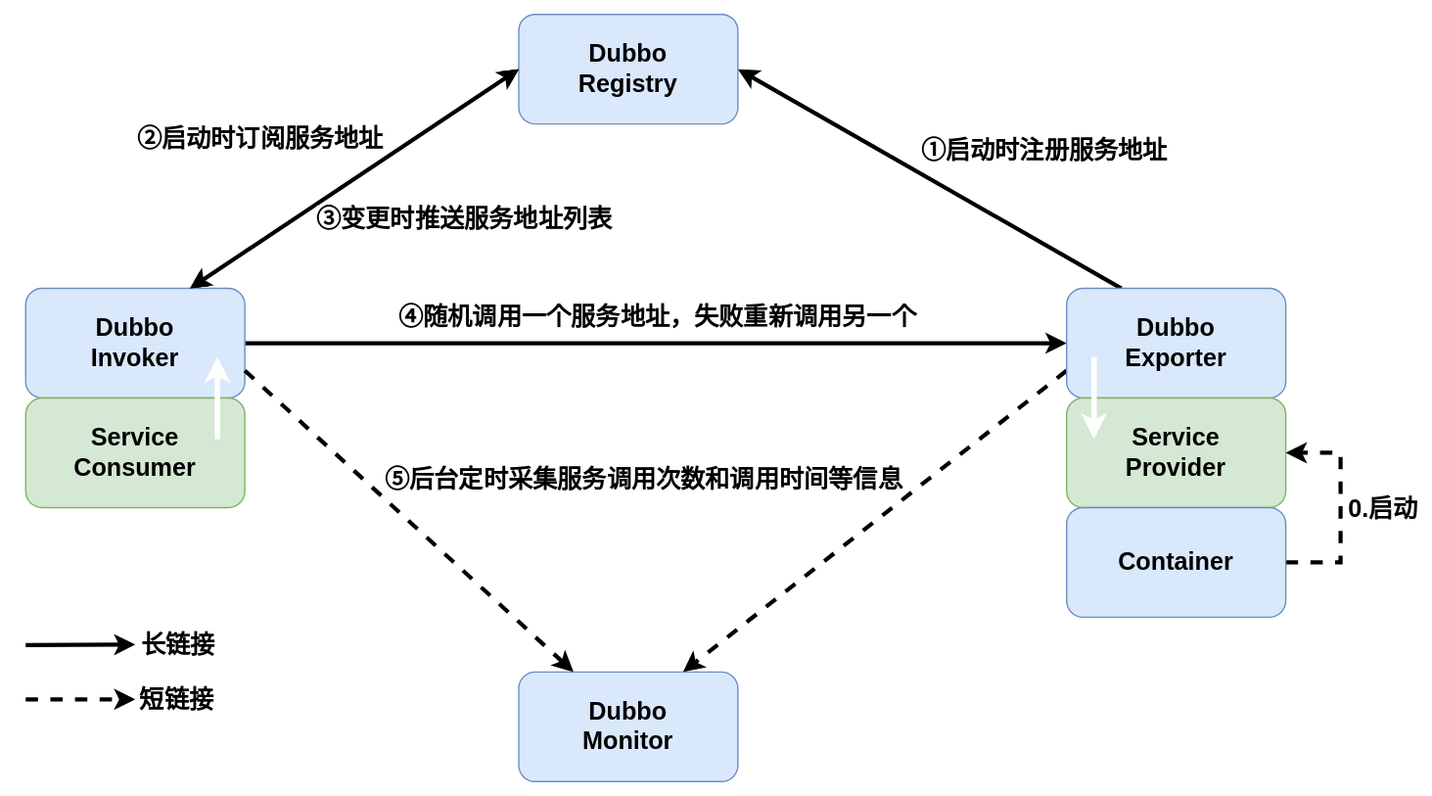
The draw.io diagram Dubbo/Dubbo基础/Dubbo服务注册与发现流程.drawio.svg in Developer-Tang/notes, before a commit. Source tidied: cells renumbered, new cells last; positions are measured from the earlier drawing's top-left corner, leaving out a move shared by most shapes.
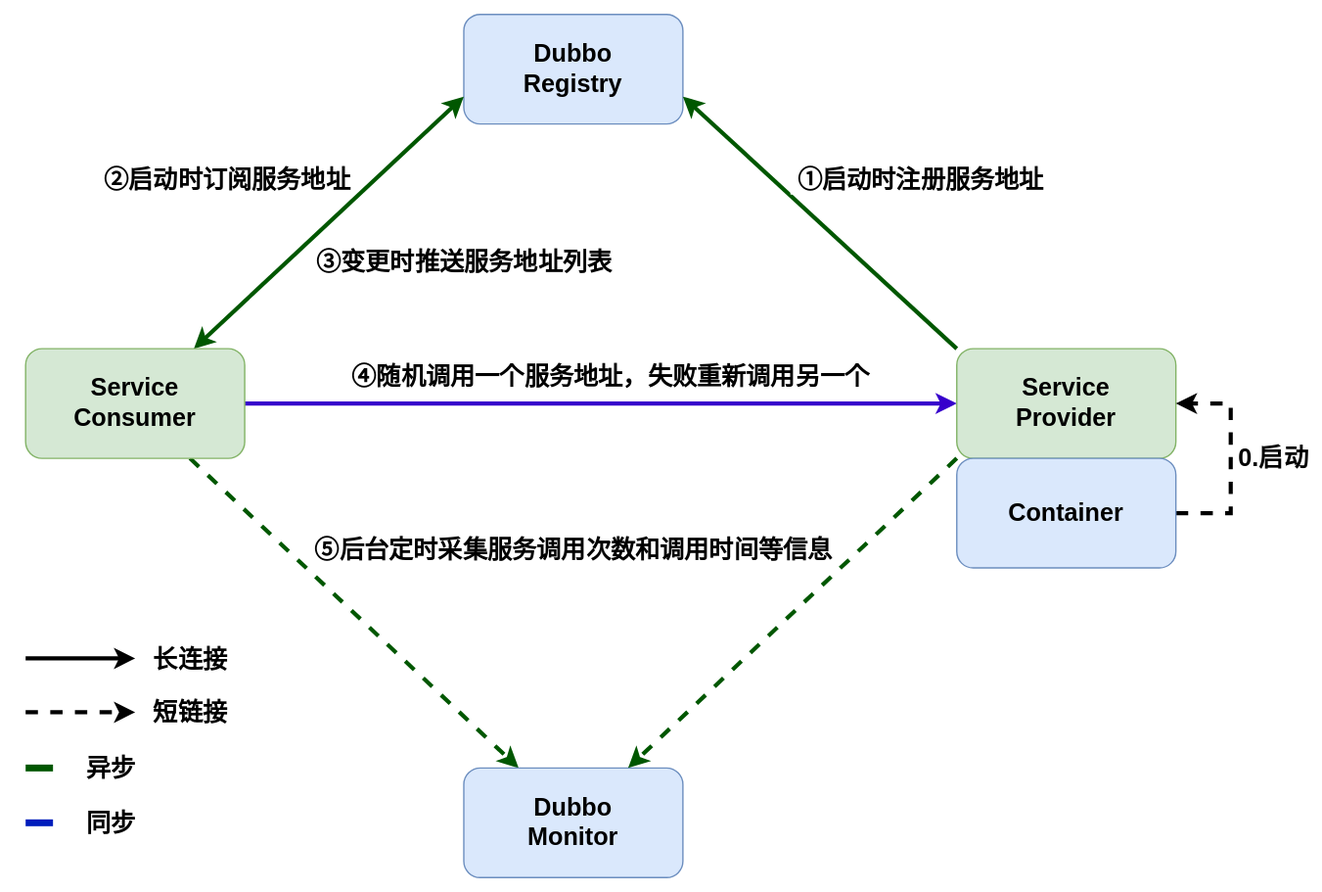
After the commit.

Diff of the diagram source:
```diff
@@ -3,9 +3,9 @@
     <mxCell id="0" />
     <mxCell id="1" parent="0" />
     <mxCell id="2" value="Dubbo&lt;br&gt;Registry" style="rounded=1;whiteSpace=wrap;html=1;fontSize=18;fontStyle=1;fillColor=#dae8fc;strokeColor=#6c8ebf;" parent="1" vertex="1">
-      <mxGeometry x="360" width="160" height="80" as="geometry" />
+      <mxGeometry x="400" y="10" width="160" height="80" as="geometry" />
     </mxCell>
-    <mxCell id="3" style="edgeStyle=none;rounded=0;jettySize=auto;html=1;entryX=0;entryY=0.5;entryDx=0;entryDy=0;fontSize=18;startArrow=classic;startFill=1;strokeWidth=2;exitX=0.75;exitY=0;exitDx=0;exitDy=0;fontStyle=1;" parent="1" edge="1" source="8" target="2">
+    <mxCell id="3" style="edgeStyle=none;rounded=0;jettySize=auto;html=1;entryX=0;entryY=0.75;entryDx=0;entryDy=0;fontSize=18;startArrow=classic;startFill=1;strokeWidth=3;fontStyle=1;fillColor=#008a00;strokeColor=#005700;" parent="1" edge="1" source="11" target="2">
       <mxGeometry relative="1" as="geometry" />
     </mxCell>
     <mxCell id="4" value="②启动时订阅服务地址" style="edgeLabel;html=1;align=center;verticalAlign=middle;fontSize=18;fontStyle=1;" parent="3" vertex="1">
@@ -15,10 +15,10 @@
     </mxCell>
     <mxCell id="5" value="③变更时推送服务地址列表" style="edgeLabel;html=1;align=center;verticalAlign=middle;fontSize=18;fontStyle=1;" parent="3" vertex="1">
       <mxGeometry x="-0.15" y="-1" relative="1" as="geometry">
-        <mxPoint x="97" y="17" as="offset" />
+        <mxPoint x="112" y="14" as="offset" />
       </mxGeometry>
     </mxCell>
-    <mxCell id="6" style="edgeStyle=none;rounded=0;jettySize=auto;html=1;entryX=0;entryY=0.5;entryDx=0;entryDy=0;fontSize=18;startArrow=none;startFill=0;strokeWidth=3;fontStyle=1;" parent="1" edge="1" source="8" target="16">
+    <mxCell id="6" style="edgeStyle=none;rounded=0;jettySize=auto;html=1;entryX=0;entryY=0.5;entryDx=0;entryDy=0;fontSize=18;startArrow=none;startFill=0;strokeWidth=3;fontStyle=1;exitX=1;exitY=0.5;exitDx=0;exitDy=0;fillColor=#6a00ff;strokeColor=#3700CC;" parent="1" edge="1" source="11" target="17">
       <mxGeometry relative="1" as="geometry" />
     </mxCell>
     <mxCell id="7" value="④随机调用一个服务地址，失败重新调用另一个" style="edgeLabel;html=1;align=center;verticalAlign=middle;fontSize=18;fontStyle=1;" parent="6" vertex="1">
@@ -26,45 +26,39 @@
         <mxPoint x="50" y="-18" as="offset" />
       </mxGeometry>
     </mxCell>
-    <mxCell id="8" value="Dubbo&lt;br&gt;Invoker" style="rounded=1;whiteSpace=wrap;html=1;fontSize=18;fontStyle=1;fillColor=#dae8fc;strokeColor=#6c8ebf;" parent="1" vertex="1">
-      <mxGeometry y="200" width="160" height="80" as="geometry" />
-    </mxCell>
-    <mxCell id="9" style="edgeStyle=none;rounded=0;jettySize=auto;html=1;exitX=1;exitY=0.75;exitDx=0;exitDy=0;entryX=0.25;entryY=0;entryDx=0;entryDy=0;fontSize=18;startArrow=none;startFill=0;dashed=1;strokeWidth=3;fontStyle=1;" parent="1" edge="1" source="8" target="12">
+    <mxCell id="9" style="edgeStyle=none;rounded=0;jettySize=auto;html=1;entryX=0.25;entryY=0;entryDx=0;entryDy=0;fontSize=18;startArrow=none;startFill=0;dashed=1;strokeWidth=3;fontStyle=1;exitX=0.75;exitY=1;exitDx=0;exitDy=0;fillColor=#008a00;strokeColor=#005700;" parent="1" edge="1" source="11" target="12">
       <mxGeometry relative="1" as="geometry" />
     </mxCell>
     <mxCell id="10" value="⑤后台定时采集服务调用次数和调用时间等信息" style="edgeLabel;html=1;align=center;verticalAlign=middle;fontSize=18;fontStyle=1;" parent="9" vertex="1">
       <mxGeometry x="0.35" relative="1" as="geometry">
-        <mxPoint x="128" y="-69" as="offset" />
+        <mxPoint x="118" y="-86" as="offset" />
       </mxGeometry>
     </mxCell>
     <mxCell id="11" value="Service&lt;br&gt;Consumer" style="rounded=1;whiteSpace=wrap;html=1;fontSize=18;fontStyle=1;fillColor=#d5e8d4;strokeColor=#82b366;" parent="1" vertex="1">
-      <mxGeometry y="280" width="160" height="80" as="geometry" />
+      <mxGeometry x="80" y="254" width="160" height="80" as="geometry" />
     </mxCell>
     <mxCell id="12" value="Dubbo&lt;br&gt;Monitor" style="rounded=1;whiteSpace=wrap;html=1;fontSize=18;fontStyle=1;fillColor=#dae8fc;strokeColor=#6c8ebf;" parent="1" vertex="1">
-      <mxGeometry x="360" y="480" width="160" height="80" as="geometry" />
+      <mxGeometry x="400" y="560" width="160" height="80" as="geometry" />
     </mxCell>
-    <mxCell id="13" style="rounded=0;jettySize=auto;html=1;exitX=0.25;exitY=0;exitDx=0;exitDy=0;fontSize=18;strokeWidth=3;entryX=1;entryY=0.5;entryDx=0;entryDy=0;fontStyle=1;" parent="1" edge="1" source="16" target="2">
+    <mxCell id="13" style="rounded=0;jettySize=auto;html=1;fontSize=18;strokeWidth=3;fontStyle=1;entryX=1;entryY=0.75;entryDx=0;entryDy=0;exitX=0;exitY=0;exitDx=0;exitDy=0;fillColor=#008a00;strokeColor=#005700;" parent="1" edge="1" source="17" target="2">
       <mxGeometry relative="1" as="geometry" />
     </mxCell>
     <mxCell id="14" value="&amp;nbsp;①启动时注册服务地址" style="edgeLabel;html=1;align=center;verticalAlign=middle;fontSize=18;fontStyle=1;" parent="13" vertex="1">
       <mxGeometry x="-0.43" y="-1" relative="1" as="geometry">
-        <mxPoint x="19" y="-54" as="offset" />
+        <mxPoint x="27" y="-70" as="offset" />
       </mxGeometry>
     </mxCell>
-    <mxCell id="15" style="edgeStyle=none;rounded=0;jettySize=auto;html=1;exitX=0;exitY=0.75;exitDx=0;exitDy=0;entryX=0.75;entryY=0;entryDx=0;entryDy=0;fontSize=18;startArrow=none;startFill=0;dashed=1;strokeWidth=3;fontStyle=1;" parent="1" edge="1" source="16" target="12">
+    <mxCell id="15" style="edgeStyle=none;rounded=0;jettySize=auto;html=1;exitX=0;exitY=1;exitDx=0;exitDy=0;entryX=0.75;entryY=0;entryDx=0;entryDy=0;fontSize=18;startArrow=none;startFill=0;dashed=1;strokeWidth=3;fontStyle=1;fillColor=#008a00;strokeColor=#005700;" parent="1" edge="1" source="17" target="12">
       <mxGeometry relative="1" as="geometry" />
     </mxCell>
-    <mxCell id="16" value="Dubbo&lt;br&gt;Exporter" style="rounded=1;whiteSpace=wrap;html=1;fontSize=18;fontStyle=1;fillColor=#dae8fc;strokeColor=#6c8ebf;" parent="1" vertex="1">
-      <mxGeometry x="760" y="200" width="160" height="80" as="geometry" />
-    </mxCell>
     <mxCell id="17" value="Service&lt;br&gt;Provider" style="rounded=1;whiteSpace=wrap;html=1;fontSize=18;fontStyle=1;fillColor=#d5e8d4;strokeColor=#82b366;" parent="1" vertex="1">
-      <mxGeometry x="760" y="280" width="160" height="80" as="geometry" />
+      <mxGeometry x="760" y="254" width="160" height="80" as="geometry" />
     </mxCell>
     <mxCell id="18" style="edgeStyle=orthogonalEdgeStyle;rounded=0;jettySize=auto;html=1;exitX=1;exitY=0.5;exitDx=0;exitDy=0;entryX=1;entryY=0.5;entryDx=0;entryDy=0;dashed=1;strokeWidth=3;fontSize=18;startArrow=none;startFill=0;fontStyle=1;" parent="1" edge="1" source="20" target="17">
       <mxGeometry relative="1" as="geometry">
         <Array as="points">
-          <mxPoint x="960" y="400" />
-          <mxPoint x="960" y="320" />
+          <mxPoint x="960" y="374" />
+          <mxPoint x="960" y="294" />
         </Array>
       </mxGeometry>
     </mxCell>
@@ -74,73 +68,51 @@
       </mxGeometry>
     </mxCell>
     <mxCell id="20" value="Container" style="rounded=1;whiteSpace=wrap;html=1;fontSize=18;fontStyle=1;fillColor=#dae8fc;strokeColor=#6c8ebf;" parent="1" vertex="1">
-      <mxGeometry x="760" y="360" width="160" height="80" as="geometry" />
+      <mxGeometry x="760" y="334" width="160" height="80" as="geometry" />
     </mxCell>
-    <mxCell id="21" style="endArrow=classic;html=1;rounded=0;strokeWidth=4;fontSize=18;strokeColor=#FFFFFF;fontStyle=1;" parent="1" edge="1">
-      <mxGeometry relative="1" as="geometry">
-        <mxPoint x="140" y="310" as="sourcePoint" />
-        <mxPoint x="140" y="250" as="targetPoint" />
-      </mxGeometry>
-    </mxCell>
-    <mxCell id="22" style="endArrow=classic;html=1;rounded=0;strokeWidth=4;fontSize=18;strokeColor=#FFFFFF;fontStyle=1;" parent="1" edge="1">
-      <mxGeometry relative="1" as="geometry">
-        <mxPoint x="780" y="250" as="sourcePoint" />
-        <mxPoint x="780" y="310" as="targetPoint" />
-      </mxGeometry>
-    </mxCell>
-    <mxCell id="23" style="edgeStyle=none;rounded=0;orthogonalLoop=1;jettySize=auto;html=1;fontSize=18;startArrow=none;startFill=0;dashed=1;strokeWidth=3;fontStyle=1;" parent="1" edge="1">
-      <mxGeometry relative="1" as="geometry">
-        <mxPoint y="500" as="sourcePoint" />
-        <mxPoint x="80" y="500" as="targetPoint" />
-      </mxGeometry>
-    </mxCell>
+    <mxCell id="33" style="rounded=0;orthogonalLoop=1;jettySize=auto;html=1;fontSize=18;strokeWidth=3;fontStyle=1;exitX=0;exitY=0;exitDx=0;exitDy=0;" parent="1" edge="1">
+      <mxGeometry relative="1" as="geometry">
+        <mxPoint x="80" y="480" as="sourcePoint" />
+        <mxPoint x="160" y="480" as="targetPoint" />
+      </mxGeometry>
+    </mxCell>
+    <mxCell id="34" value="长连接" style="edgeLabel;html=1;align=center;verticalAlign=middle;fontSize=18;fontStyle=1;" parent="33" vertex="1">
+      <mxGeometry x="-0.43" y="-1" relative="1" as="geometry">
+        <mxPoint x="97" y="-1" as="offset" />
+      </mxGeometry>
+    </mxCell>
+    <mxCell id="35" style="rounded=0;orthogonalLoop=1;jettySize=auto;html=1;fontSize=18;strokeWidth=3;fontStyle=1;exitX=0;exitY=0;exitDx=0;exitDy=0;dashed=1;" parent="1" edge="1">
+      <mxGeometry relative="1" as="geometry">
+        <mxPoint x="80" y="519.3" as="sourcePoint" />
+        <mxPoint x="160" y="519.3" as="targetPoint" />
+      </mxGeometry>
+    </mxCell>
-    <mxCell id="24" value="短链接" style="edgeLabel;html=1;align=center;verticalAlign=middle;fontSize=18;fontStyle=1;" parent="23" vertex="1">
-      <mxGeometry x="0.4" y="-1" relative="1" as="geometry">
-        <mxPoint x="54" y="-1" as="offset" />
+    <mxCell id="24" value="短链接" style="edgeLabel;html=1;align=center;verticalAlign=middle;fontSize=18;fontStyle=1;" parent="35" vertex="1">
+      <mxGeometry x="-0.43" y="-1" relative="1" as="geometry">
+        <mxPoint x="97" y="-1" as="offset" />
       </mxGeometry>
     </mxCell>
-    <mxCell id="25" style="edgeStyle=none;rounded=0;orthogonalLoop=1;jettySize=auto;html=1;entryX=0;entryY=0.5;entryDx=0;entryDy=0;fontSize=18;startArrow=classic;startFill=1;strokeWidth=2;exitX=0.75;exitY=0;exitDx=0;exitDy=0;fontStyle=1;" parent="1" edge="1">
-      <mxGeometry relative="1" as="geometry">
-        <mxPoint x="120" y="200" as="sourcePoint" />
-        <mxPoint x="360" y="40" as="targetPoint" />
-      </mxGeometry>
-    </mxCell>
-    <mxCell id="26" value="②启动时订阅服务地址" style="edgeLabel;html=1;align=center;verticalAlign=middle;fontSize=18;fontStyle=1;" parent="25" vertex="1">
-      <mxGeometry x="0.21" y="2" relative="1" as="geometry">
-        <mxPoint x="-95" y="-11" as="offset" />
-      </mxGeometry>
-    </mxCell>
-    <mxCell id="27" value="③变更时推送服务地址列表" style="edgeLabel;html=1;align=center;verticalAlign=middle;fontSize=18;fontStyle=1;" parent="25" vertex="1">
-      <mxGeometry x="-0.15" y="-1" relative="1" as="geometry">
-        <mxPoint x="97" y="17" as="offset" />
-      </mxGeometry>
-    </mxCell>
-    <mxCell id="28" style="edgeStyle=none;rounded=0;orthogonalLoop=1;jettySize=auto;html=1;entryX=0;entryY=0.5;entryDx=0;entryDy=0;fontSize=18;startArrow=classic;startFill=1;strokeWidth=3;exitX=0.75;exitY=0;exitDx=0;exitDy=0;fontStyle=1;" parent="1" edge="1">
-      <mxGeometry relative="1" as="geometry">
-        <mxPoint x="120" y="200" as="sourcePoint" />
-        <mxPoint x="360" y="40" as="targetPoint" />
-      </mxGeometry>
-    </mxCell>
-    <mxCell id="29" value="②启动时订阅服务地址" style="edgeLabel;html=1;align=center;verticalAlign=middle;fontSize=18;fontStyle=1;" parent="28" vertex="1">
-      <mxGeometry x="0.21" y="2" relative="1" as="geometry">
-        <mxPoint x="-95" y="-11" as="offset" />
-      </mxGeometry>
-    </mxCell>
-    <mxCell id="30" value="③变更时推送服务地址列表" style="edgeLabel;html=1;align=center;verticalAlign=middle;fontSize=18;fontStyle=1;" parent="28" vertex="1">
-      <mxGeometry x="-0.15" y="-1" relative="1" as="geometry">
-        <mxPoint x="97" y="17" as="offset" />
-      </mxGeometry>
-    </mxCell>
-    <mxCell id="31" style="edgeStyle=none;rounded=0;orthogonalLoop=1;jettySize=auto;html=1;fontSize=18;startArrow=none;startFill=0;strokeWidth=3;fontStyle=1;" parent="1" edge="1">
-      <mxGeometry relative="1" as="geometry">
-        <mxPoint y="460.3" as="sourcePoint" />
-        <mxPoint x="80" y="460" as="targetPoint" />
-      </mxGeometry>
-    </mxCell>
-    <mxCell id="32" value="长链接" style="edgeLabel;html=1;align=center;verticalAlign=middle;fontSize=18;fontStyle=1;" parent="31" vertex="1">
-      <mxGeometry x="-0.17" y="2" relative="1" as="geometry">
-        <mxPoint x="77" y="2" as="offset" />
-      </mxGeometry>
-    </mxCell>
+    <mxCell id="36" style="edgeStyle=none;rounded=0;orthogonalLoop=1;jettySize=auto;html=1;fontSize=18;startArrow=none;startFill=0;strokeWidth=5;fontStyle=1;exitX=1;exitY=0.5;exitDx=0;exitDy=0;fillColor=#008a00;strokeColor=#005700;endArrow=none;endFill=0;" parent="1" edge="1">
+      <mxGeometry relative="1" as="geometry">
+        <mxPoint x="80" y="560" as="sourcePoint" />
+        <mxPoint x="100" y="560" as="targetPoint" />
+      </mxGeometry>
+    </mxCell>
+    <mxCell id="37" value="异步" style="edgeLabel;html=1;align=center;verticalAlign=middle;fontSize=18;fontStyle=1;" parent="36" vertex="1">
+      <mxGeometry x="-0.17" y="2" relative="1" as="geometry">
+        <mxPoint x="53" y="2" as="offset" />
+      </mxGeometry>
+    </mxCell>
+    <mxCell id="38" style="edgeStyle=none;rounded=0;orthogonalLoop=1;jettySize=auto;html=1;fontSize=18;startArrow=none;startFill=0;strokeWidth=5;fontStyle=1;exitX=1;exitY=0.5;exitDx=0;exitDy=0;fillColor=#0050ef;strokeColor=#001DBC;endArrow=none;endFill=0;" parent="1" edge="1">
+      <mxGeometry relative="1" as="geometry">
+        <mxPoint x="80" y="600" as="sourcePoint" />
+        <mxPoint x="100" y="600" as="targetPoint" />
+      </mxGeometry>
+    </mxCell>
+    <mxCell id="39" value="同步" style="edgeLabel;html=1;align=center;verticalAlign=middle;fontSize=18;fontStyle=1;" parent="38" vertex="1">
+      <mxGeometry x="-0.17" y="2" relative="1" as="geometry">
+        <mxPoint x="53" y="2" as="offset" />
+      </mxGeometry>
+    </mxCell>
   </root>
 </mxGraphModel>
```
